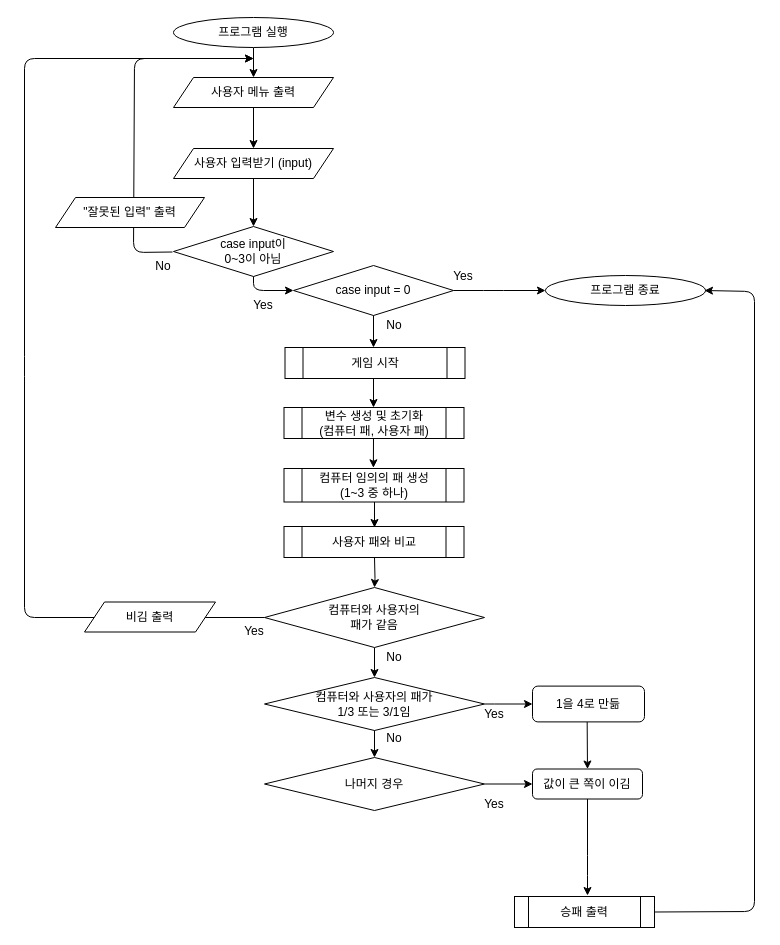
just1103/Swift_Syntax keeps this draw.io diagram as STEP1순서도v3묵찌빠.drawio. Above is the earlier version. Source tidied: cells renumbered, new cells numbered last; positions are measured from the earlier drawing's top-left corner, leaving out a move shared by most shapes. Both pictures are drawn from the tidied source at 100%, with x=0, y=0 at pixel (24, 17).
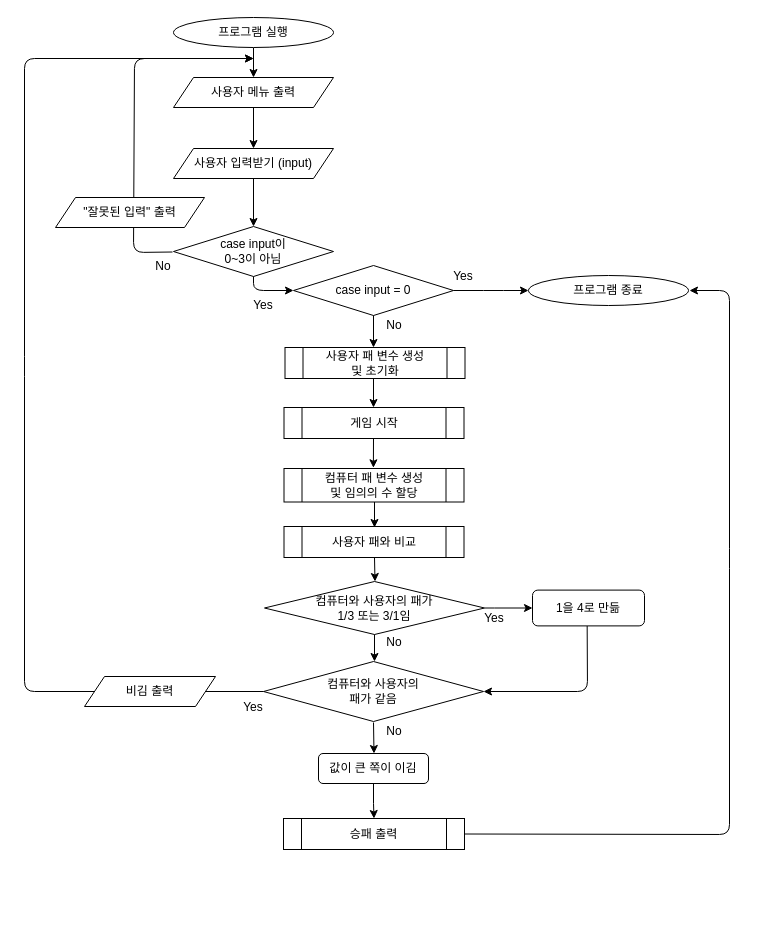
The same diagram, later.

Change to the diagram source:
```diff
@@
     <mxCell id="14" value="프로그램 종료" style="ellipse;whiteSpace=wrap;html=1;" parent="1" vertex="1">
-      <mxGeometry x="521" y="258" width="160" height="30" as="geometry" />
+      <mxGeometry x="504" y="258" width="160" height="30" as="geometry" />
     </mxCell>
-    <mxCell id="15" style="edgeStyle=orthogonalEdgeStyle;rounded=0;jettySize=auto;html=1;" parent="1" edge="1" target="24">
+    <mxCell id="15" style="edgeStyle=orthogonalEdgeStyle;rounded=0;orthogonalLoop=1;jettySize=auto;html=1;" parent="1" edge="1">
       <mxGeometry relative="1" as="geometry">
         <mxPoint x="350" y="540" as="sourcePoint" />
+        <mxPoint x="350.5" y="564" as="targetPoint" />
       </mxGeometry>
     </mxCell>
     <mxCell id="16" style="endArrow=classic;html=1;exitX=0;exitY=0.5;exitDx=0;exitDy=0;" parent="1" edge="1" source="24">
       <mxGeometry relative="1" as="geometry">
         <mxPoint x="229" y="41" as="targetPoint" />
         <Array as="points">
-          <mxPoint y="600" />
+          <mxPoint y="674" />
           <mxPoint y="349" />
           <mxPoint y="41" />
           <mxPoint x="140" y="41" />
         </Array>
       </mxGeometry>
     </mxCell>
     <mxCell id="17" value="Yes" style="text;html=1;strokeColor=none;fillColor=none;align=center;verticalAlign=middle;whiteSpace=wrap;rounded=0;" parent="1" vertex="1">
-      <mxGeometry x="210" y="603" width="40" height="21" as="geometry" />
+      <mxGeometry x="209" y="679" width="40" height="21" as="geometry" />
     </mxCell>
@@
     <mxCell id="21" style="endArrow=classic;html=1;exitX=1;exitY=0.5;exitDx=0;exitDy=0;" parent="1" edge="1" source="47">
       <mxGeometry relative="1" as="geometry">
-        <mxPoint x="680" y="273" as="targetPoint" />
+        <mxPoint x="665" y="273" as="targetPoint" />
         <Array as="points">
-          <mxPoint x="730" y="894" />
-          <mxPoint x="730" y="274" />
+          <mxPoint x="705" y="817" />
+          <mxPoint x="705" y="541" />
+          <mxPoint x="705" y="273" />
         </Array>
       </mxGeometry>
     </mxCell>
-    <mxCell id="22" style="endArrow=classic;html=1;exitX=0.488;exitY=0.996;exitDx=0;exitDy=0;entryX=0.5;entryY=0;entryDx=0;entryDy=0;exitPerimeter=0;" parent="1" edge="1" source="39" target="30">
-      <mxGeometry relative="1" as="geometry" />
+    <mxCell id="22" style="endArrow=classic;html=1;exitX=0.488;exitY=0.996;exitDx=0;exitDy=0;entryX=1;entryY=0.5;entryDx=0;entryDy=0;exitPerimeter=0;" parent="1" edge="1" source="39" target="24">
+      <mxGeometry relative="1" as="geometry">
+        <Array as="points">
+          <mxPoint x="563" y="674" />
+        </Array>
+      </mxGeometry>
     </mxCell>
-    <mxCell id="23" style="edgeStyle=orthogonalEdgeStyle;rounded=0;jettySize=auto;html=1;" parent="1" edge="1" source="24" target="28">
-      <mxGeometry relative="1" as="geometry" />
-    </mxCell>
-    <mxCell id="24" value="컴퓨터와 사용자의&lt;br&gt;패가 같음" style="rhombus;whiteSpace=wrap;html=1;" parent="1" vertex="1">
-      <mxGeometry x="240" y="570" width="220" height="60" as="geometry" />
-    </mxCell>
@@
     <mxCell id="27" style="edgeStyle=orthogonalEdgeStyle;rounded=0;jettySize=auto;html=1;entryX=0;entryY=0.5;entryDx=0;entryDy=0;exitX=1;exitY=0.5;exitDx=0;exitDy=0;" parent="1" edge="1" source="28" target="39">
       <mxGeometry relative="1" as="geometry">
         <Array as="points">
-          <mxPoint x="470" y="687" />
-          <mxPoint x="470" y="687" />
+          <mxPoint x="470" y="591" />
+          <mxPoint x="470" y="591" />
         </Array>
       </mxGeometry>
     </mxCell>
     <mxCell id="28" value="컴퓨터와 사용자의 패가 &lt;br&gt;1/3 또는 3/1임" style="rhombus;whiteSpace=wrap;html=1;" parent="1" vertex="1">
-      <mxGeometry x="240" y="660" width="220" height="53" as="geometry" />
+      <mxGeometry x="240" y="564" width="220" height="53" as="geometry" />
     </mxCell>
     <mxCell id="29" value="No" style="text;html=1;strokeColor=none;fillColor=none;align=center;verticalAlign=middle;whiteSpace=wrap;rounded=0;" parent="1" vertex="1">
-      <mxGeometry x="350" y="630" width="40" height="20" as="geometry" />
+      <mxGeometry x="350" y="704" width="40" height="20" as="geometry" />
     </mxCell>
-    <mxCell id="30" value="값이 큰 쪽이 이김" style="rounded=1;whiteSpace=wrap;html=1;" parent="1" vertex="1">
-      <mxGeometry x="508" y="751.5" width="110" height="30" as="geometry" />
-    </mxCell>
@@
     <mxCell id="33" value="Yes" style="text;html=1;strokeColor=none;fillColor=none;align=center;verticalAlign=middle;whiteSpace=wrap;rounded=0;" parent="1" vertex="1">
-      <mxGeometry x="450" y="686" width="40" height="21" as="geometry" />
+      <mxGeometry x="450" y="590" width="40" height="21" as="geometry" />
     </mxCell>
-    <mxCell id="34" value="Yes" style="text;html=1;strokeColor=none;fillColor=none;align=center;verticalAlign=middle;whiteSpace=wrap;rounded=0;" parent="1" vertex="1">
-      <mxGeometry x="450" y="776" width="40" height="21" as="geometry" />
-    </mxCell>
     <mxCell id="35" value="No" style="text;html=1;strokeColor=none;fillColor=none;align=center;verticalAlign=middle;whiteSpace=wrap;rounded=0;" parent="1" vertex="1">
-      <mxGeometry x="350" y="711" width="40" height="20" as="geometry" />
+      <mxGeometry x="350" y="615" width="40" height="20" as="geometry" />
     </mxCell>
-    <mxCell id="36" style="endArrow=classic;html=1;exitX=0.5;exitY=1;exitDx=0;exitDy=0;" parent="1" edge="1" source="30">
+    <mxCell id="36" style="endArrow=classic;html=1;entryX=0.5;entryY=0;entryDx=0;entryDy=0;exitX=0.5;exitY=1;exitDx=0;exitDy=0;" parent="1" edge="1">
       <mxGeometry relative="1" as="geometry">
-        <mxPoint x="563" y="878" as="targetPoint" />
-        <Array as="points">
-          <mxPoint x="563" y="848" />
-        </Array>
+        <mxPoint x="349" y="705" as="sourcePoint" />
+        <mxPoint x="349.5" y="736" as="targetPoint" />
       </mxGeometry>
     </mxCell>
@@
-    <mxCell id="38" value="나머지 경우" style="rhombus;whiteSpace=wrap;html=1;" parent="1" vertex="1">
-      <mxGeometry x="240" y="740" width="220" height="53" as="geometry" />
-    </mxCell>
     <mxCell id="39" value="1을 4로 만듦" style="rounded=1;whiteSpace=wrap;html=1;" parent="1" vertex="1">
-      <mxGeometry x="508" y="668.6" width="112" height="35.8" as="geometry" />
+      <mxGeometry x="508" y="572.6" width="112" height="35.8" as="geometry" />
     </mxCell>
-    <mxCell id="40" style="endArrow=classic;html=1;exitX=0.5;exitY=1;exitDx=0;exitDy=0;entryX=0.5;entryY=0;entryDx=0;entryDy=0;" parent="1" edge="1" source="28" target="38">
-      <mxGeometry relative="1" as="geometry" />
+    <mxCell id="40" style="endArrow=classic;html=1;exitX=0.5;exitY=1;exitDx=0;exitDy=0;entryX=0.5;entryY=0;entryDx=0;entryDy=0;" parent="1" edge="1" source="28">
+      <mxGeometry relative="1" as="geometry">
+        <mxPoint x="350" y="644" as="targetPoint" />
+      </mxGeometry>
     </mxCell>
-    <mxCell id="41" style="edgeStyle=orthogonalEdgeStyle;rounded=0;jettySize=auto;html=1;entryX=0;entryY=0.5;entryDx=0;entryDy=0;exitX=1;exitY=0.5;exitDx=0;exitDy=0;" parent="1" edge="1" source="38" target="30">
-      <mxGeometry relative="1" as="geometry" />
-    </mxCell>
@@
-    <mxCell id="43" value="&lt;span&gt;게임 시작&lt;/span&gt;" style="shape=process;whiteSpace=wrap;html=1;backgroundOutline=1;" parent="1" vertex="1">
+    <mxCell id="43" value="사용자 패 변수 생성 &lt;br&gt;및 초기화" style="shape=process;whiteSpace=wrap;html=1;backgroundOutline=1;" parent="1" vertex="1">
       <mxGeometry x="260.5" y="330" width="180" height="31" as="geometry" />
     </mxCell>
-    <mxCell id="44" value="변수 생성 및 초기화&lt;br&gt;(컴퓨터 패, 사용자 패)" style="shape=process;whiteSpace=wrap;html=1;backgroundOutline=1;" parent="1" vertex="1">
+    <mxCell id="44" value="게임 시작" style="shape=process;whiteSpace=wrap;html=1;backgroundOutline=1;" parent="1" vertex="1">
       <mxGeometry x="259.5" y="390" width="180" height="31" as="geometry" />
     </mxCell>
-    <mxCell id="45" value="컴퓨터 임의의 패 생성&lt;br&gt;(1~3 중 하나)" style="shape=process;whiteSpace=wrap;html=1;backgroundOutline=1;" parent="1" vertex="1">
+    <mxCell id="45" value="컴퓨터 패 변수 생성&lt;br&gt;및 임의의 수 할당" style="shape=process;whiteSpace=wrap;html=1;backgroundOutline=1;" parent="1" vertex="1">
       <mxGeometry x="259.5" y="451" width="180" height="33.5" as="geometry" />
     </mxCell>
     <mxCell id="46" value="비김 출력" style="shape=parallelogram;perimeter=parallelogramPerimeter;whiteSpace=wrap;html=1;fixedSize=1;" parent="1" vertex="1">
-      <mxGeometry x="60" y="584.5" width="131" height="30" as="geometry" />
+      <mxGeometry x="60" y="659" width="131" height="30" as="geometry" />
     </mxCell>
     <mxCell id="47" value="승패 출력" style="shape=process;whiteSpace=wrap;html=1;backgroundOutline=1;" parent="1" vertex="1">
-      <mxGeometry x="490" y="879" width="140" height="31" as="geometry" />
+      <mxGeometry x="259" y="801" width="181" height="31" as="geometry" />
     </mxCell>
+    <mxCell id="24" value="컴퓨터와 사용자의&lt;br&gt;패가 같음" style="rhombus;whiteSpace=wrap;html=1;" parent="1" vertex="1">
+      <mxGeometry x="239" y="644" width="220" height="60" as="geometry" />
+    </mxCell>
+    <mxCell id="48" style="edgeStyle=orthogonalEdgeStyle;rounded=0;jettySize=auto;html=1;" parent="1" edge="1" source="30" target="47">
+      <mxGeometry relative="1" as="geometry" />
+    </mxCell>
+    <mxCell id="30" value="값이 큰 쪽이 이김" style="rounded=1;whiteSpace=wrap;html=1;" parent="1" vertex="1">
+      <mxGeometry x="294" y="736" width="110" height="30" as="geometry" />
+    </mxCell>
```
